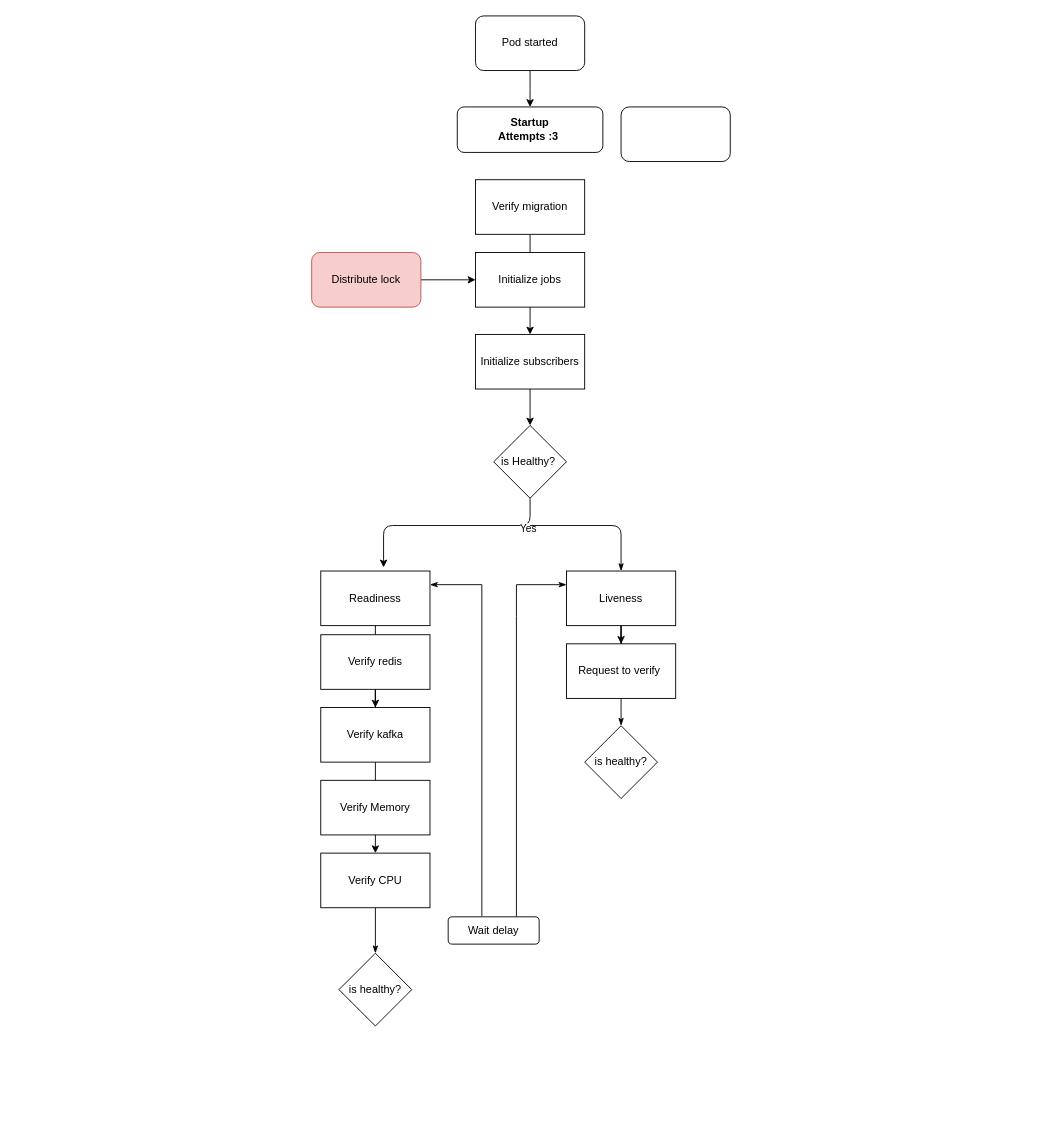
This is Untitled Diagram.drawio from danisanchezag/prueba1, a draw.io file, before an edit. Source tidied: cells renumbered, new cells numbered last; positions are measured from the earlier drawing's top-left corner, leaving out a move shared by most shapes. Both pictures are drawn from the tidied source at 91%, with x=0, y=0 at pixel (311, 15).
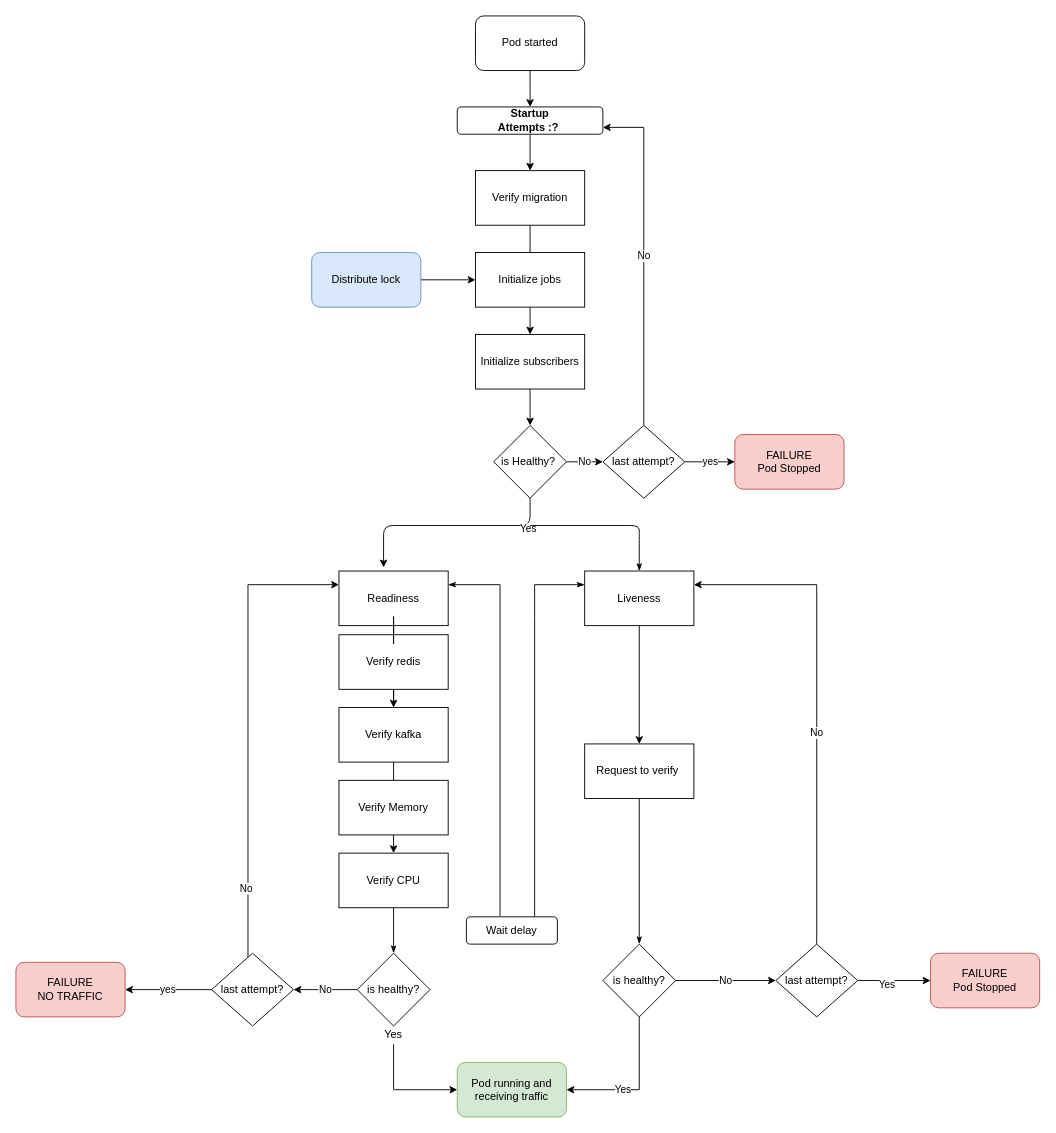
The same page after the edit.

The change refers to these unchanged cells:
```xml
<mxCell id="26" value="is Healthy?&amp;nbsp;" style="rhombus;whiteSpace=wrap;html=1;" parent="1" vertex="1">
  <mxGeometry x="200" y="450" width="80" height="80" as="geometry" />
</mxCell>
```

The edit, as a diff of the source:
```diff
@@
     <mxCell id="3" value="Readiness" style="rounded=0;whiteSpace=wrap;html=1;" parent="1" vertex="1">
-      <mxGeometry x="10" y="610" width="120" height="60" as="geometry" />
+      <mxGeometry x="30" y="610" width="120" height="60" as="geometry" />
     </mxCell>
@@
     <mxCell id="5" value="Liveness" style="rounded=0;whiteSpace=wrap;html=1;" parent="1" vertex="1">
-      <mxGeometry x="280" y="610" width="120" height="60" as="geometry" />
+      <mxGeometry x="300" y="610" width="120" height="60" as="geometry" />
     </mxCell>
@@
     <mxCell id="7" value="Request to verify&amp;nbsp;" style="rounded=0;whiteSpace=wrap;html=1;" parent="1" vertex="1">
-      <mxGeometry x="280" y="690" width="120" height="60" as="geometry" />
+      <mxGeometry x="300" y="800" width="120" height="60" as="geometry" />
     </mxCell>
@@
     <mxCell id="9" value="Verify kafka" style="rounded=0;whiteSpace=wrap;html=1;" parent="1" vertex="1">
-      <mxGeometry x="10" y="760" width="120" height="60" as="geometry" />
+      <mxGeometry x="30" y="760" width="120" height="60" as="geometry" />
     </mxCell>
     <mxCell id="10" value="Verify Memory" style="rounded=0;whiteSpace=wrap;html=1;" parent="1" vertex="1">
-      <mxGeometry x="10" y="840" width="120" height="60" as="geometry" />
+      <mxGeometry x="30" y="840" width="120" height="60" as="geometry" />
     </mxCell>
@@
     <mxCell id="12" value="Verify CPU" style="rounded=0;whiteSpace=wrap;html=1;" parent="1" vertex="1">
-      <mxGeometry x="10" y="920" width="120" height="60" as="geometry" />
+      <mxGeometry x="30" y="920" width="120" height="60" as="geometry" />
     </mxCell>
@@
     <mxCell id="14" value="Verify migration" style="rounded=0;whiteSpace=wrap;html=1;" parent="1" vertex="1">
-      <mxGeometry x="180" y="180" width="120" height="60" as="geometry" />
+      <mxGeometry x="180" y="170" width="120" height="60" as="geometry" />
     </mxCell>
@@
-    <mxCell id="19" value="Distribute lock" style="rounded=1;whiteSpace=wrap;html=1;fillColor=#f8cecc;strokeColor=#b85450;" parent="1" vertex="1">
+    <mxCell id="19" value="Distribute lock" style="rounded=1;whiteSpace=wrap;html=1;fillColor=#dae8fc;strokeColor=#6c8ebf;" parent="1" vertex="1">
       <mxGeometry y="260" width="120" height="60" as="geometry" />
     </mxCell>
@@
+    <mxCell id="35" style="edgeStyle=orthogonalEdgeStyle;rounded=0;jettySize=auto;html=1;" parent="1" edge="1" source="22" target="14">
+      <mxGeometry relative="1" as="geometry" />
+    </mxCell>
-    <mxCell id="22" value="&lt;b&gt;Startup&lt;br&gt;Attempts :3&lt;/b&gt;&amp;nbsp;" style="rounded=1;whiteSpace=wrap;html=1;" parent="1" vertex="1">
-      <mxGeometry x="160" y="100" width="160" height="50" as="geometry" />
+    <mxCell id="22" value="&lt;b&gt;Startup&lt;br&gt;Attempts :?&lt;/b&gt;&amp;nbsp;" style="rounded=1;whiteSpace=wrap;html=1;" parent="1" vertex="1">
+      <mxGeometry x="160" y="100" width="160" height="30" as="geometry" />
     </mxCell>
-    <mxCell id="23" style="rounded=1;whiteSpace=wrap;html=1;" parent="1" vertex="1">
-      <mxGeometry x="340" y="100" width="120" height="60" as="geometry" />
+    <mxCell id="23" value="FAILURE&lt;br&gt;NO TRAFFIC" style="rounded=1;whiteSpace=wrap;html=1;fillColor=#f8cecc;strokeColor=#b85450;" parent="1" vertex="1">
+      <mxGeometry x="-325" y="1040" width="120" height="60" as="geometry" />
     </mxCell>
@@
+    <mxCell id="36" value="No" style="edgeStyle=orthogonalEdgeStyle;rounded=0;jettySize=auto;html=1;" parent="1" edge="1" source="26" target="57">
+      <mxGeometry relative="1" as="geometry" />
+    </mxCell>
@@
     <mxCell id="27" value="Verify redis" style="rounded=0;whiteSpace=wrap;html=1;" parent="1" vertex="1">
-      <mxGeometry x="10" y="680" width="120" height="60" as="geometry" />
+      <mxGeometry x="30" y="680" width="120" height="60" as="geometry" />
     </mxCell>
     <mxCell id="28" style="edgeStyle=orthogonalEdgeStyle;rounded=0;jettySize=auto;html=1;endArrow=none;" parent="1" edge="1" source="3" target="27">
-      <mxGeometry relative="1" as="geometry">
-        <Array as="points">
-          <mxPoint x="70" y="660" />
-          <mxPoint x="70" y="660" />
-        </Array>
-      </mxGeometry>
+      <mxGeometry relative="1" as="geometry" />
     </mxCell>
     <mxCell id="29" style="endArrow=classicThin;html=1;entryX=0.5;entryY=0;entryDx=0;entryDy=0;startArrow=none;startFill=0;endFill=1;" parent="1" edge="1" target="5">
       <mxGeometry relative="1" as="geometry">
         <mxPoint x="240" y="560" as="sourcePoint" />
         <Array as="points">
-          <mxPoint x="340" y="560" />
+          <mxPoint x="360" y="560" />
+          <mxPoint x="360" y="570" />
         </Array>
       </mxGeometry>
     </mxCell>
     <mxCell id="30" style="edgeStyle=none;rounded=0;jettySize=auto;html=1;entryX=1;entryY=0.25;entryDx=0;entryDy=0;startArrow=none;startFill=0;endArrow=classicThin;endFill=1;exitX=0.37;exitY=-0.033;exitDx=0;exitDy=0;exitPerimeter=0;" parent="1" edge="1" source="32" target="3">
       <mxGeometry relative="1" as="geometry">
         <Array as="points">
-          <mxPoint x="187" y="625" />
+          <mxPoint x="207" y="625" />
         </Array>
       </mxGeometry>
     </mxCell>
     <mxCell id="31" style="edgeStyle=none;rounded=0;jettySize=auto;html=1;entryX=0;entryY=0.25;entryDx=0;entryDy=0;startArrow=none;startFill=0;endArrow=classicThin;endFill=1;exitX=0.75;exitY=0;exitDx=0;exitDy=0;" parent="1" edge="1" source="32" target="5">
       <mxGeometry relative="1" as="geometry">
         <Array as="points">
-          <mxPoint x="225" y="660" />
-          <mxPoint x="225" y="625" />
+          <mxPoint x="245" y="660" />
+          <mxPoint x="245" y="625" />
         </Array>
       </mxGeometry>
     </mxCell>
     <mxCell id="32" value="Wait delay" style="rounded=1;whiteSpace=wrap;html=1;" parent="1" vertex="1">
-      <mxGeometry x="150" y="990" width="100" height="30" as="geometry" />
+      <mxGeometry x="170" y="990" width="100" height="30" as="geometry" />
     </mxCell>
+    <mxCell id="37" style="edgeStyle=orthogonalEdgeStyle;rounded=0;jettySize=auto;html=1;entryX=0;entryY=0.5;entryDx=0;entryDy=0;startArrow=none;" parent="1" edge="1" source="43" target="42">
+      <mxGeometry relative="1" as="geometry">
+        <Array as="points">
+          <mxPoint x="90" y="1180" />
+        </Array>
+      </mxGeometry>
+    </mxCell>
+    <mxCell id="38" value="No" style="edgeStyle=orthogonalEdgeStyle;rounded=0;jettySize=auto;html=1;" parent="1" edge="1" source="33">
+      <mxGeometry relative="1" as="geometry">
+        <mxPoint x="-20" y="1070" as="targetPoint" />
+        <Array as="points">
+          <mxPoint x="30" y="1070" />
+          <mxPoint x="30" y="1070" />
+        </Array>
+      </mxGeometry>
+    </mxCell>
     <mxCell id="33" value="is healthy?" style="rhombus;whiteSpace=wrap;html=1;" parent="1" vertex="1">
-      <mxGeometry x="30" y="1030" width="80" height="80" as="geometry" />
+      <mxGeometry x="50" y="1030" width="80" height="80" as="geometry" />
     </mxCell>
+    <mxCell id="39" style="edgeStyle=orthogonalEdgeStyle;rounded=0;jettySize=auto;html=1;entryX=1;entryY=0.5;entryDx=0;entryDy=0;" parent="1" edge="1" source="34" target="42">
+      <mxGeometry relative="1" as="geometry">
+        <Array as="points">
+          <mxPoint x="360" y="1180" />
+        </Array>
+      </mxGeometry>
+    </mxCell>
+    <mxCell id="40" value="Yes" style="edgeLabel;html=1;align=center;verticalAlign=middle;" parent="39" vertex="1">
+      <mxGeometry x="0.24" y="-1" relative="1" as="geometry" />
+    </mxCell>
+    <mxCell id="41" value="No" style="edgeStyle=orthogonalEdgeStyle;rounded=0;jettySize=auto;html=1;" parent="1" edge="1" source="34" target="54">
+      <mxGeometry relative="1" as="geometry" />
+    </mxCell>
     <mxCell id="34" value="is healthy?" style="rhombus;whiteSpace=wrap;html=1;" parent="1" vertex="1">
-      <mxGeometry x="300" y="780" width="80" height="80" as="geometry" />
+      <mxGeometry x="320" y="1020" width="80" height="80" as="geometry" />
     </mxCell>
+    <mxCell id="42" value="Pod running and receiving traffic" style="rounded=1;whiteSpace=wrap;html=1;fillColor=#d5e8d4;strokeColor=#82b366;" parent="1" vertex="1">
+      <mxGeometry x="160" y="1150" width="120" height="60" as="geometry" />
+    </mxCell>
+    <mxCell id="43" value="Yes" style="text;html=1;strokeColor=none;fillColor=none;align=center;verticalAlign=middle;whiteSpace=wrap;rounded=0;" parent="1" vertex="1">
+      <mxGeometry x="70" y="1110" width="40" height="20" as="geometry" />
+    </mxCell>
+    <mxCell id="44" style="edgeStyle=orthogonalEdgeStyle;rounded=0;jettySize=auto;html=1;entryX=0;entryY=0.25;entryDx=0;entryDy=0;" parent="1" edge="1" source="47" target="3">
+      <mxGeometry relative="1" as="geometry">
+        <Array as="points">
+          <mxPoint x="-70" y="625" />
+        </Array>
+      </mxGeometry>
+    </mxCell>
+    <mxCell id="45" value="No" style="edgeLabel;html=1;align=center;verticalAlign=middle;" parent="44" vertex="1">
+      <mxGeometry x="-0.7" y="3" relative="1" as="geometry" />
+    </mxCell>
+    <mxCell id="46" value="yes" style="edgeStyle=orthogonalEdgeStyle;rounded=0;jettySize=auto;html=1;" parent="1" edge="1" source="47" target="23">
+      <mxGeometry relative="1" as="geometry" />
+    </mxCell>
+    <mxCell id="47" value="last attempt?" style="rhombus;whiteSpace=wrap;html=1;" parent="1" vertex="1">
+      <mxGeometry x="-110" y="1030" width="90" height="80" as="geometry" />
+    </mxCell>
+    <mxCell id="48" value="FAILURE&lt;br&gt;Pod Stopped" style="rounded=1;whiteSpace=wrap;html=1;fillColor=#f8cecc;strokeColor=#b85450;" parent="1" vertex="1">
+      <mxGeometry x="680" y="1030" width="120" height="60" as="geometry" />
+    </mxCell>
+    <mxCell id="49" value="FAILURE&lt;br&gt;Pod Stopped" style="rounded=1;whiteSpace=wrap;html=1;fillColor=#f8cecc;strokeColor=#b85450;" parent="1" vertex="1">
+      <mxGeometry x="465" y="460" width="120" height="60" as="geometry" />
+    </mxCell>
+    <mxCell id="50" style="edgeStyle=orthogonalEdgeStyle;rounded=0;jettySize=auto;html=1;entryX=0;entryY=0.5;entryDx=0;entryDy=0;" parent="1" edge="1" source="54" target="48">
+      <mxGeometry relative="1" as="geometry" />
+    </mxCell>
+    <mxCell id="51" value="Yes" style="edgeLabel;html=1;align=center;verticalAlign=middle;" parent="50" vertex="1">
+      <mxGeometry x="-0.22" y="-4" relative="1" as="geometry" />
+    </mxCell>
+    <mxCell id="52" style="edgeStyle=orthogonalEdgeStyle;rounded=0;jettySize=auto;html=1;entryX=1;entryY=0.25;entryDx=0;entryDy=0;" parent="1" edge="1" source="54" target="5">
+      <mxGeometry relative="1" as="geometry">
+        <Array as="points">
+          <mxPoint x="555" y="625" />
+        </Array>
+      </mxGeometry>
+    </mxCell>
+    <mxCell id="53" value="No" style="edgeLabel;html=1;align=center;verticalAlign=middle;" parent="52" vertex="1">
+      <mxGeometry x="-0.12" y="1" relative="1" as="geometry" />
+    </mxCell>
+    <mxCell id="54" value="last attempt?" style="rhombus;whiteSpace=wrap;html=1;" parent="1" vertex="1">
+      <mxGeometry x="510" y="1020" width="90" height="80" as="geometry" />
+    </mxCell>
+    <mxCell id="55" value="yes" style="edgeStyle=orthogonalEdgeStyle;rounded=0;jettySize=auto;html=1;" parent="1" edge="1" source="57" target="49">
+      <mxGeometry relative="1" as="geometry" />
+    </mxCell>
+    <mxCell id="56" value="No" style="edgeStyle=orthogonalEdgeStyle;rounded=0;jettySize=auto;html=1;entryX=1;entryY=0.75;entryDx=0;entryDy=0;" parent="1" edge="1" source="57" target="22">
+      <mxGeometry relative="1" as="geometry" />
+    </mxCell>
+    <mxCell id="57" value="last attempt?" style="rhombus;whiteSpace=wrap;html=1;" parent="1" vertex="1">
+      <mxGeometry x="320" y="450" width="90" height="80" as="geometry" />
+    </mxCell>
```
